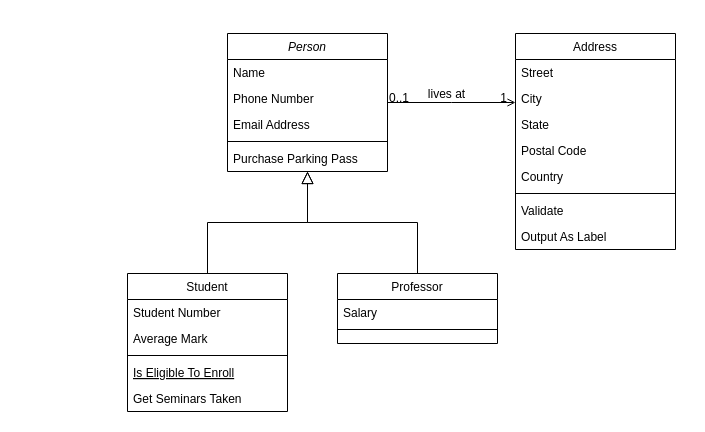
Above: 20 Minutes Till Sunrise.drawio in zacharytgray/20-Minutes-Till-Sunrise (draw.io), before the change. Source tidied: cells renumbered, new cells numbered last; positions are measured from the earlier drawing's top-left corner, leaving out a move shared by most shapes. Both pictures are drawn from the tidied source at 100%, with x=0, y=0 at pixel (127, 33).
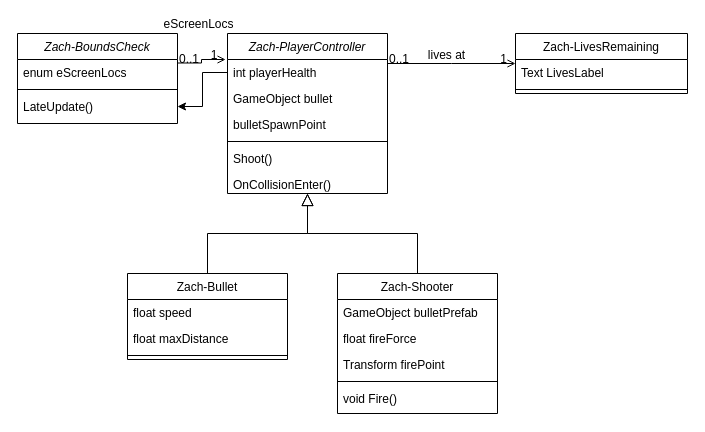
After the change.

Change to the diagram source:
```diff
@@
-    <mxCell id="2" value="Person" style="swimlane;fontStyle=2;align=center;verticalAlign=top;horizontal=1;startSize=26;rounded=0;shadow=0;strokeWidth=1;" parent="1" vertex="1">
-      <mxGeometry x="100" width="160" height="138" as="geometry" />
+    <mxCell id="2" value="Zach-PlayerController&#10;" style="swimlane;fontStyle=2;align=center;verticalAlign=top;horizontal=1;startSize=26;rounded=0;shadow=0;strokeWidth=1;" parent="1" vertex="1">
+      <mxGeometry x="100" width="160" height="160" as="geometry" />
     </mxCell>
-    <mxCell id="3" value="Name" style="text;align=left;verticalAlign=top;spacingLeft=4;spacingRight=4;overflow=hidden;points=[[0,0.5],[1,0.5]];portConstraint=eastwest;" parent="2" vertex="1">
+    <mxCell id="3" value="int playerHealth" style="text;align=left;verticalAlign=top;spacingLeft=4;spacingRight=4;overflow=hidden;points=[[0,0.5],[1,0.5]];portConstraint=eastwest;" parent="2" vertex="1">
       <mxGeometry y="26" width="160" height="26" as="geometry" />
     </mxCell>
-    <mxCell id="4" value="Phone Number" style="text;align=left;verticalAlign=top;spacingLeft=4;spacingRight=4;overflow=hidden;rounded=0;shadow=0;html=0;" parent="2" vertex="1">
+    <mxCell id="4" value="GameObject bullet" style="text;align=left;verticalAlign=top;spacingLeft=4;spacingRight=4;overflow=hidden;rounded=0;shadow=0;html=0;" parent="2" vertex="1">
       <mxGeometry y="52" width="160" height="26" as="geometry" />
     </mxCell>
-    <mxCell id="5" value="Email Address" style="text;align=left;verticalAlign=top;spacingLeft=4;spacingRight=4;overflow=hidden;rounded=0;shadow=0;html=0;" parent="2" vertex="1">
+    <mxCell id="5" value="bulletSpawnPoint" style="text;align=left;verticalAlign=top;spacingLeft=4;spacingRight=4;overflow=hidden;rounded=0;shadow=0;html=0;" parent="2" vertex="1">
       <mxGeometry y="78" width="160" height="26" as="geometry" />
     </mxCell>
@@
-    <mxCell id="7" value="Purchase Parking Pass" style="text;align=left;verticalAlign=top;spacingLeft=4;spacingRight=4;overflow=hidden;" parent="2" vertex="1">
+    <mxCell id="7" value="Shoot()" style="text;align=left;verticalAlign=top;spacingLeft=4;spacingRight=4;overflow=hidden;" parent="2" vertex="1">
       <mxGeometry y="112" width="160" height="26" as="geometry" />
     </mxCell>
-    <mxCell id="8" value="Student" style="swimlane;fontStyle=0;align=center;verticalAlign=top;horizontal=1;startSize=26;rounded=0;shadow=0;strokeWidth=1;" parent="1" vertex="1">
-      <mxGeometry y="240" width="160" height="138" as="geometry" />
+    <mxCell id="8" value="Zach-Bullet" style="swimlane;fontStyle=0;align=center;verticalAlign=top;horizontal=1;startSize=26;rounded=0;shadow=0;strokeWidth=1;" parent="1" vertex="1">
+      <mxGeometry y="240" width="160" height="86" as="geometry" />
     </mxCell>
-    <mxCell id="9" value="Student Number" style="text;align=left;verticalAlign=top;spacingLeft=4;spacingRight=4;overflow=hidden;" parent="8" vertex="1">
+    <mxCell id="9" value="float speed" style="text;align=left;verticalAlign=top;spacingLeft=4;spacingRight=4;overflow=hidden;" parent="8" vertex="1">
       <mxGeometry y="26" width="160" height="26" as="geometry" />
     </mxCell>
-    <mxCell id="10" value="Average Mark" style="text;align=left;verticalAlign=top;spacingLeft=4;spacingRight=4;overflow=hidden;rounded=0;shadow=0;html=0;" parent="8" vertex="1">
+    <mxCell id="10" value="float maxDistance" style="text;align=left;verticalAlign=top;spacingLeft=4;spacingRight=4;overflow=hidden;rounded=0;shadow=0;html=0;" parent="8" vertex="1">
       <mxGeometry y="52" width="160" height="26" as="geometry" />
     </mxCell>
@@
-    <mxCell id="12" value="Is Eligible To Enroll" style="text;align=left;verticalAlign=top;spacingLeft=4;spacingRight=4;overflow=hidden;fontStyle=4;" parent="8" vertex="1">
-      <mxGeometry y="86" width="160" height="26" as="geometry" />
-    </mxCell>
-    <mxCell id="13" value="Get Seminars Taken" style="text;align=left;verticalAlign=top;spacingLeft=4;spacingRight=4;overflow=hidden;" parent="8" vertex="1">
-      <mxGeometry y="112" width="160" height="26" as="geometry" />
-    </mxCell>
@@
-    <mxCell id="15" value="Professor" style="swimlane;fontStyle=0;align=center;verticalAlign=top;horizontal=1;startSize=26;rounded=0;shadow=0;strokeWidth=1;" parent="1" vertex="1">
-      <mxGeometry x="210" y="240" width="160" height="70" as="geometry" />
+    <mxCell id="15" value="Zach-Shooter" style="swimlane;fontStyle=0;align=center;verticalAlign=top;horizontal=1;startSize=26;rounded=0;shadow=0;strokeWidth=1;" parent="1" vertex="1">
+      <mxGeometry x="210" y="240" width="160" height="140" as="geometry" />
     </mxCell>
-    <mxCell id="16" value="Salary" style="text;align=left;verticalAlign=top;spacingLeft=4;spacingRight=4;overflow=hidden;" parent="15" vertex="1">
+    <mxCell id="16" value="GameObject bulletPrefab" style="text;align=left;verticalAlign=top;spacingLeft=4;spacingRight=4;overflow=hidden;" parent="15" vertex="1">
       <mxGeometry y="26" width="160" height="26" as="geometry" />
     </mxCell>
+    <mxCell id="32" value="float fireForce" style="text;align=left;verticalAlign=top;spacingLeft=4;spacingRight=4;overflow=hidden;" parent="15" vertex="1">
+      <mxGeometry y="52" width="160" height="26" as="geometry" />
+    </mxCell>
+    <mxCell id="33" value="Transform firePoint&#10;" style="text;align=left;verticalAlign=top;spacingLeft=4;spacingRight=4;overflow=hidden;" parent="15" vertex="1">
+      <mxGeometry y="78" width="160" height="26" as="geometry" />
+    </mxCell>
     <mxCell id="17" style="line;html=1;strokeWidth=1;align=left;verticalAlign=middle;spacingTop=-1;spacingLeft=3;spacingRight=3;labelPosition=right;" parent="15" vertex="1">
-      <mxGeometry y="52" width="160" height="8" as="geometry" />
+      <mxGeometry y="104" width="160" height="8" as="geometry" />
     </mxCell>
+    <mxCell id="34" value="void Fire()" style="text;align=left;verticalAlign=top;spacingLeft=4;spacingRight=4;overflow=hidden;" parent="15" vertex="1">
+      <mxGeometry y="112" width="160" height="26" as="geometry" />
+    </mxCell>
@@
-    <mxCell id="19" value="Address" style="swimlane;fontStyle=0;align=center;verticalAlign=top;horizontal=1;startSize=26;rounded=0;shadow=0;strokeWidth=1;" parent="1" vertex="1">
-      <mxGeometry x="388" width="160" height="216" as="geometry" />
+    <mxCell id="19" value="Zach-LivesRemaining" style="swimlane;fontStyle=0;align=center;verticalAlign=top;horizontal=1;startSize=26;rounded=0;shadow=0;strokeWidth=1;" parent="1" vertex="1">
+      <mxGeometry x="388" width="172" height="60" as="geometry" />
     </mxCell>
-    <mxCell id="20" value="Street" style="text;align=left;verticalAlign=top;spacingLeft=4;spacingRight=4;overflow=hidden;" parent="19" vertex="1">
-      <mxGeometry y="26" width="160" height="26" as="geometry" />
+    <mxCell id="20" value="Text LivesLabel" style="text;align=left;verticalAlign=top;spacingLeft=4;spacingRight=4;overflow=hidden;" parent="19" vertex="1">
+      <mxGeometry y="26" width="172" height="26" as="geometry" />
     </mxCell>
-    <mxCell id="21" value="City" style="text;align=left;verticalAlign=top;spacingLeft=4;spacingRight=4;overflow=hidden;rounded=0;shadow=0;html=0;" parent="19" vertex="1">
-      <mxGeometry y="52" width="160" height="26" as="geometry" />
-    </mxCell>
-    <mxCell id="22" value="State" style="text;align=left;verticalAlign=top;spacingLeft=4;spacingRight=4;overflow=hidden;rounded=0;shadow=0;html=0;" parent="19" vertex="1">
-      <mxGeometry y="78" width="160" height="26" as="geometry" />
-    </mxCell>
-    <mxCell id="23" value="Postal Code" style="text;align=left;verticalAlign=top;spacingLeft=4;spacingRight=4;overflow=hidden;rounded=0;shadow=0;html=0;" parent="19" vertex="1">
-      <mxGeometry y="104" width="160" height="26" as="geometry" />
-    </mxCell>
-    <mxCell id="24" value="Country" style="text;align=left;verticalAlign=top;spacingLeft=4;spacingRight=4;overflow=hidden;rounded=0;shadow=0;html=0;" parent="19" vertex="1">
-      <mxGeometry y="130" width="160" height="26" as="geometry" />
-    </mxCell>
     <mxCell id="25" style="line;html=1;strokeWidth=1;align=left;verticalAlign=middle;spacingTop=-1;spacingLeft=3;spacingRight=3;labelPosition=right;" parent="19" vertex="1">
-      <mxGeometry y="156" width="160" height="8" as="geometry" />
+      <mxGeometry y="52" width="172" height="8" as="geometry" />
     </mxCell>
-    <mxCell id="26" value="Validate" style="text;align=left;verticalAlign=top;spacingLeft=4;spacingRight=4;overflow=hidden;" parent="19" vertex="1">
-      <mxGeometry y="164" width="160" height="26" as="geometry" />
-    </mxCell>
-    <mxCell id="27" value="Output As Label" style="text;align=left;verticalAlign=top;spacingLeft=4;spacingRight=4;overflow=hidden;" parent="19" vertex="1">
-      <mxGeometry y="190" width="160" height="26" as="geometry" />
-    </mxCell>
@@
+    <mxCell id="35" value="OnCollisionEnter()" style="text;align=left;verticalAlign=top;spacingLeft=4;spacingRight=4;overflow=hidden;" parent="1" vertex="1">
+      <mxGeometry x="100" y="138" width="160" height="26" as="geometry" />
+    </mxCell>
+    <mxCell id="36" value="Zach-BoundsCheck" style="swimlane;fontStyle=2;align=center;verticalAlign=top;horizontal=1;startSize=26;rounded=0;shadow=0;strokeWidth=1;" parent="1" vertex="1">
+      <mxGeometry x="-110" width="160" height="90" as="geometry" />
+    </mxCell>
+    <mxCell id="37" value="enum eScreenLocs" style="text;align=left;verticalAlign=top;spacingLeft=4;spacingRight=4;overflow=hidden;" parent="36" vertex="1">
+      <mxGeometry y="26" width="160" height="26" as="geometry" />
+    </mxCell>
+    <mxCell id="38" style="line;html=1;strokeWidth=1;align=left;verticalAlign=middle;spacingTop=-1;spacingLeft=3;spacingRight=3;labelPosition=right;" parent="36" vertex="1">
+      <mxGeometry y="52" width="160" height="8" as="geometry" />
+    </mxCell>
+    <mxCell id="39" value="LateUpdate()" style="text;align=left;verticalAlign=top;spacingLeft=4;spacingRight=4;overflow=hidden;points=[[0,0.5],[1,0.5]];portConstraint=eastwest;" parent="36" vertex="1">
+      <mxGeometry y="60" width="160" height="26" as="geometry" />
+    </mxCell>
+    <mxCell id="40" style="endArrow=open;shadow=0;strokeWidth=1;rounded=0;endFill=1;edgeStyle=elbowEdgeStyle;elbow=horizontal;entryX=-0.012;entryY=0;entryDx=0;entryDy=0;entryPerimeter=0;" parent="1" edge="1" target="3">
+      <mxGeometry x="0.5" y="41" relative="1" as="geometry">
+        <mxPoint x="50" y="29.5" as="sourcePoint" />
+        <mxPoint x="-40" y="32" as="offset" />
+      </mxGeometry>
+    </mxCell>
+    <mxCell id="41" value="0..1" style="align=left;verticalAlign=bottom;labelBackgroundColor=none;fontSize=12;" parent="40" vertex="1">
+      <mxGeometry x="-1" relative="1" as="geometry">
+        <mxPoint y="4" as="offset" />
+      </mxGeometry>
+    </mxCell>
+    <mxCell id="42" value="1" style="align=right;verticalAlign=bottom;labelBackgroundColor=none;fontSize=12;" parent="40" vertex="1">
+      <mxGeometry x="1" relative="1" as="geometry">
+        <mxPoint x="-7" y="4" as="offset" />
+      </mxGeometry>
+    </mxCell>
+    <mxCell id="43" value="eScreenLocs" style="text;html=1;align=center;verticalAlign=middle;labelBackgroundColor=none;rounded=0;shadow=0;strokeWidth=1;fontSize=12;" parent="40" vertex="1">
+      <mxGeometry x="0.5" y="49" relative="1" as="geometry">
+        <mxPoint x="-15" y="13" as="offset" />
+      </mxGeometry>
+    </mxCell>
+    <mxCell id="44" style="edgeStyle=orthogonalEdgeStyle;rounded=0;jettySize=auto;html=1;" parent="1" edge="1" source="3" target="39">
+      <mxGeometry relative="1" as="geometry" />
+    </mxCell>
```
